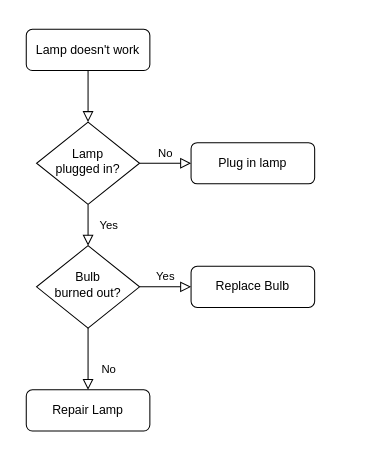
This is Diagram Tanpa Judul.drawio from Arsy278/tugas-arsy, a draw.io file, before an edit. Source tidied: cells renumbered, new cells numbered last; positions are measured from the earlier drawing's top-left corner, leaving out a move shared by most shapes. Both pictures are drawn from the tidied source at 103%, with x=0, y=0 at pixel (26, 29).
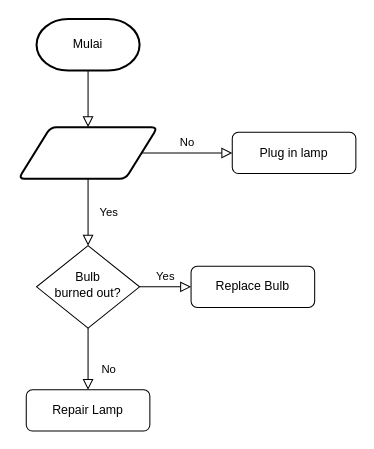
The same page after the edit.

Change to the diagram source:
```diff
@@
 <mxGraphModel>
   <root>
     <mxCell id="0" />
     <mxCell id="1" parent="0" />
     <mxCell id="2" style="rounded=0;html=1;jettySize=auto;fontSize=11;endArrow=block;endFill=0;endSize=8;strokeWidth=1;shadow=0;labelBackgroundColor=none;edgeStyle=orthogonalEdgeStyle;" parent="1" edge="1" source="3" target="6">
       <mxGeometry relative="1" as="geometry" />
     </mxCell>
-    <mxCell id="3" value="Lamp doesn't work" style="rounded=1;whiteSpace=wrap;html=1;fontSize=12;glass=0;strokeWidth=1;shadow=0;" parent="1" vertex="1">
-      <mxGeometry width="120" height="40" as="geometry" />
+    <mxCell id="3" value="Mulai" style="rounded=1;whiteSpace=wrap;html=1;fontSize=12;glass=0;strokeWidth=2;shadow=0;shape=mxgraph.flowchart.terminator;" parent="1" vertex="1">
+      <mxGeometry x="10" y="-10" width="100" height="50" as="geometry" />
     </mxCell>
     <mxCell id="4" value="Yes" style="rounded=0;html=1;jettySize=auto;fontSize=11;endArrow=block;endFill=0;endSize=8;strokeWidth=1;shadow=0;labelBackgroundColor=none;edgeStyle=orthogonalEdgeStyle;" parent="1" edge="1" source="6" target="10">
       <mxGeometry y="20" relative="1" as="geometry" />
     </mxCell>
     <mxCell id="5" value="No" style="edgeStyle=orthogonalEdgeStyle;rounded=0;html=1;jettySize=auto;fontSize=11;endArrow=block;endFill=0;endSize=8;strokeWidth=1;shadow=0;labelBackgroundColor=none;" parent="1" edge="1" source="6" target="7">
       <mxGeometry y="10" relative="1" as="geometry" />
     </mxCell>
-    <mxCell id="6" value="Lamp&lt;br&gt;plugged in?" style="rhombus;whiteSpace=wrap;html=1;shadow=0;fontFamily=Helvetica;fontSize=12;align=center;strokeWidth=1;spacing=6;spacingTop=-4;" parent="1" vertex="1">
-      <mxGeometry x="10" y="90" width="100" height="80" as="geometry" />
+    <mxCell id="6" style="whiteSpace=wrap;html=1;shadow=0;fontFamily=Helvetica;fontSize=12;align=center;strokeWidth=2;spacing=6;spacingTop=-4;shape=parallelogram;perimeter=parallelogramPerimeter;rounded=1;arcSize=12;size=0.23;" parent="1" vertex="1">
+      <mxGeometry x="-7.5" y="95" width="135" height="50" as="geometry" />
     </mxCell>
     <mxCell id="7" value="Plug in lamp" style="rounded=1;whiteSpace=wrap;html=1;fontSize=12;glass=0;strokeWidth=1;shadow=0;" parent="1" vertex="1">
-      <mxGeometry x="160" y="110" width="120" height="40" as="geometry" />
+      <mxGeometry x="200" y="100" width="120" height="40" as="geometry" />
     </mxCell>
     <mxCell id="8" value="No" style="rounded=0;html=1;jettySize=auto;fontSize=11;endArrow=block;endFill=0;endSize=8;strokeWidth=1;shadow=0;labelBackgroundColor=none;edgeStyle=orthogonalEdgeStyle;" parent="1" edge="1" source="10" target="11">
       <mxGeometry x="0.33" y="20" relative="1" as="geometry" />
     </mxCell>
     <mxCell id="9" value="Yes" style="edgeStyle=orthogonalEdgeStyle;rounded=0;html=1;jettySize=auto;fontSize=11;endArrow=block;endFill=0;endSize=8;strokeWidth=1;shadow=0;labelBackgroundColor=none;" parent="1" edge="1" source="10" target="12">
       <mxGeometry y="10" relative="1" as="geometry" />
     </mxCell>
     <mxCell id="10" value="Bulb&lt;br&gt;burned out?" style="rhombus;whiteSpace=wrap;html=1;shadow=0;fontFamily=Helvetica;fontSize=12;align=center;strokeWidth=1;spacing=6;spacingTop=-4;" parent="1" vertex="1">
       <mxGeometry x="10" y="210" width="100" height="80" as="geometry" />
     </mxCell>
     <mxCell id="11" value="Repair Lamp" style="rounded=1;whiteSpace=wrap;html=1;fontSize=12;glass=0;strokeWidth=1;shadow=0;" parent="1" vertex="1">
       <mxGeometry y="350" width="120" height="40" as="geometry" />
     </mxCell>
     <mxCell id="12" value="Replace Bulb" style="rounded=1;whiteSpace=wrap;html=1;fontSize=12;glass=0;strokeWidth=1;shadow=0;" parent="1" vertex="1">
       <mxGeometry x="160" y="230" width="120" height="40" as="geometry" />
     </mxCell>
   </root>
 </mxGraphModel>
```
